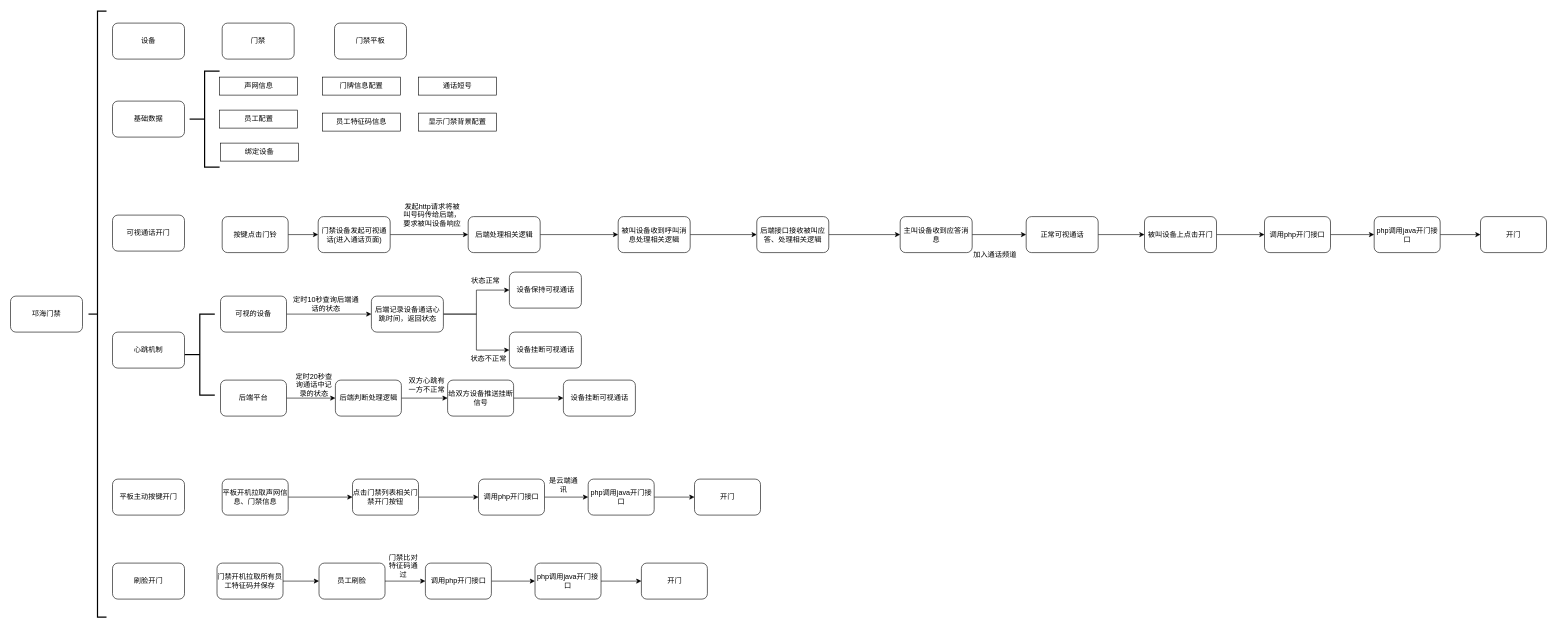
The draw.io diagram xzzh/邛海门禁.drawio in daniel-7d/draw, before the edit. Source tidied: cells renumbered, new cells numbered last; positions are measured from the earlier drawing's top-left corner, leaving out a move shared by most shapes. Both pictures are drawn from the tidied source at 60%, with x=0, y=0 at pixel (10, 11).
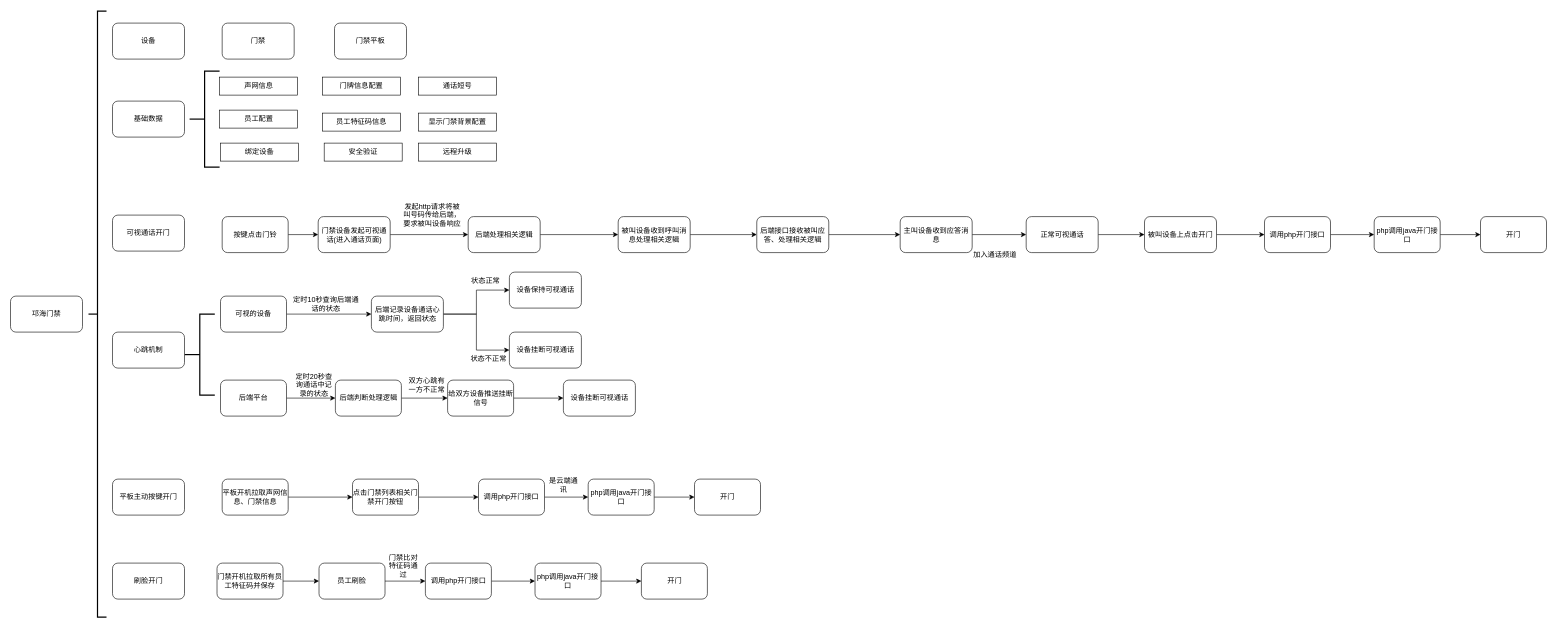
After the change.

Commit message:
更新邛海门禁.drawio

Diff of the diagram source:
```diff
@@
+    <mxCell id="83" value="安全验证" style="rounded=0;whiteSpace=wrap;html=1;" parent="1" vertex="1">
+      <mxGeometry x="522.8" y="220" width="130" height="30" as="geometry" />
+    </mxCell>
+    <mxCell id="84" value="远程升级" style="rounded=0;whiteSpace=wrap;html=1;" parent="1" vertex="1">
+      <mxGeometry x="680" y="220" width="130" height="30" as="geometry" />
+    </mxCell>
```
